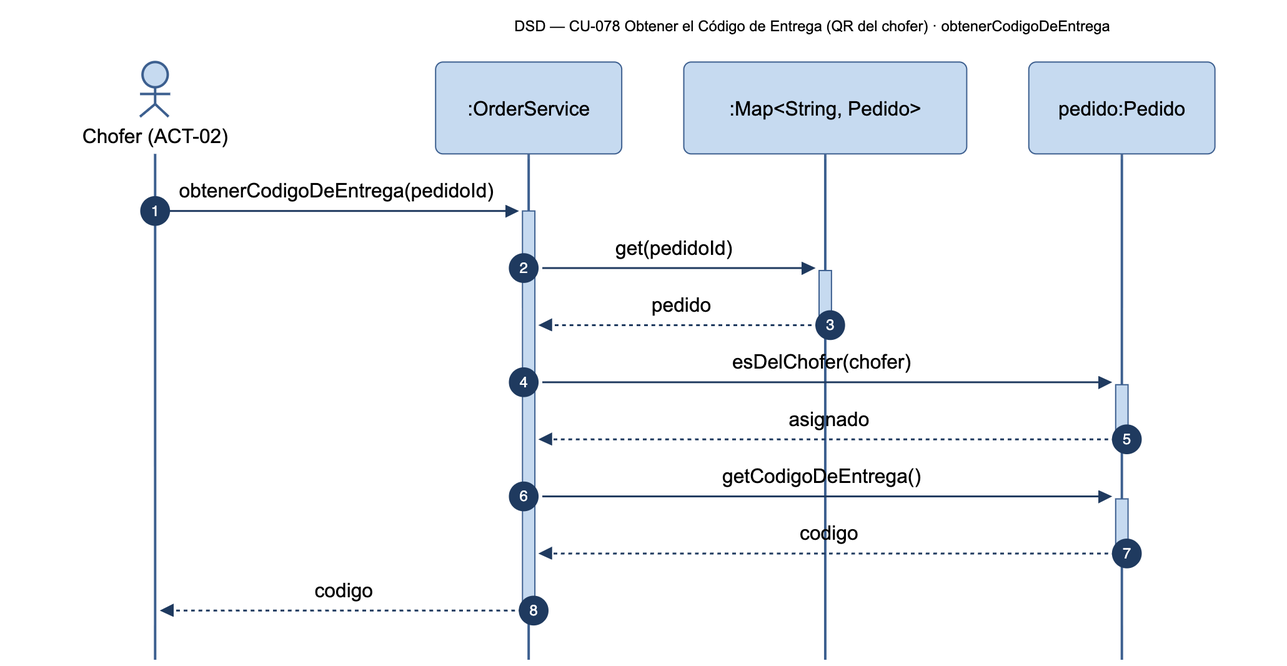
Above: diagramas/png/DSD_CU-078_obtenerCodigoDeEntrega.png in Nahuelito-Dev/splg-docs (Mermaid), before the change. Its source is kept beside it as diagramas/DSD_CU-078_obtenerCodigoDeEntrega.mmd. Source of this version:
```mermaid
sequenceDiagram
    title DSD — CU-078 Obtener el Código de Entrega (QR del chofer) · obtenerCodigoDeEntrega
    autonumber
    actor CHF as Chofer (ACT-02)
    participant SRV as :OrderService
    participant PEDS as :Map#lt;String, Pedido#gt;
    participant PED as pedido:Pedido

    CHF->>+SRV: obtenerCodigoDeEntrega(pedidoId)
    SRV->>+PEDS: get(pedidoId)
    PEDS-->>-SRV: pedido
    SRV->>+PED: esDelChofer(chofer)
    PED-->>-SRV: asignado
    SRV->>+PED: getCodigoDeEntrega()
    PED-->>-SRV: codigo
    SRV-->>-CHF: codigo
```
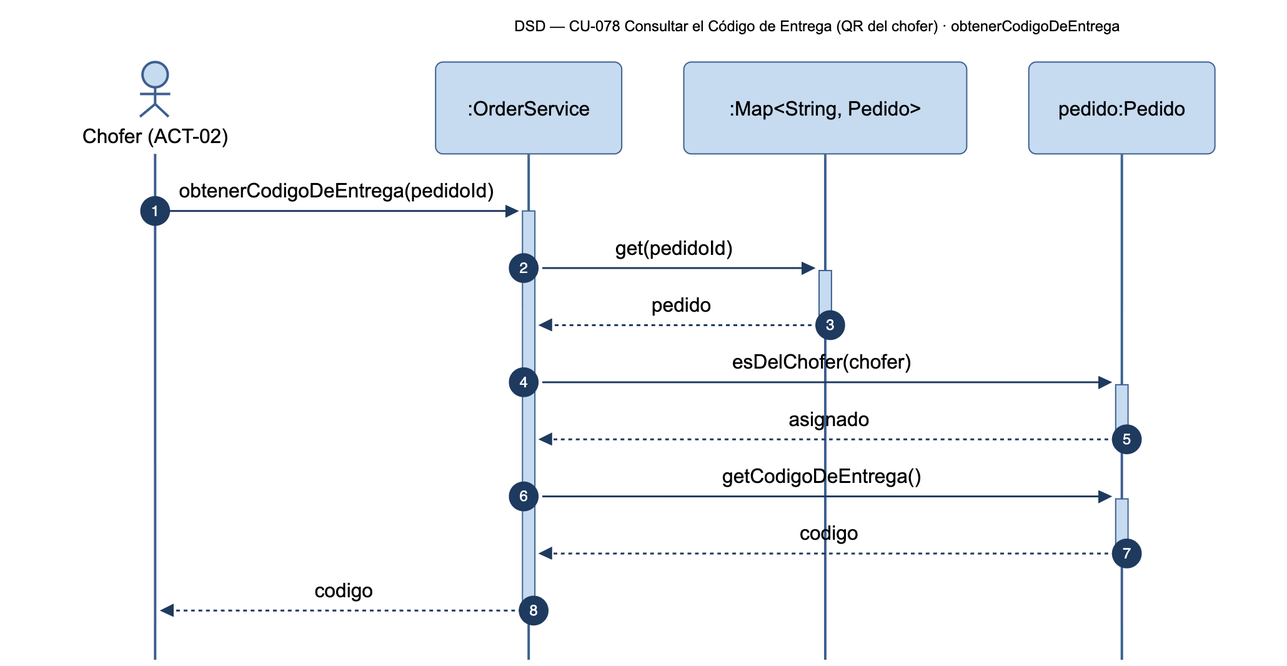
Later version of the same file.

What changed in the source:
```diff
@@ -1,5 +1,5 @@
 sequenceDiagram
-    title DSD — CU-078 Obtener el Código de Entrega (QR del chofer) · obtenerCodigoDeEntrega
+    title DSD — CU-078 Consultar el Código de Entrega (QR del chofer) · obtenerCodigoDeEntrega
     autonumber
     actor CHF as Chofer (ACT-02)
     participant SRV as :OrderService
```
